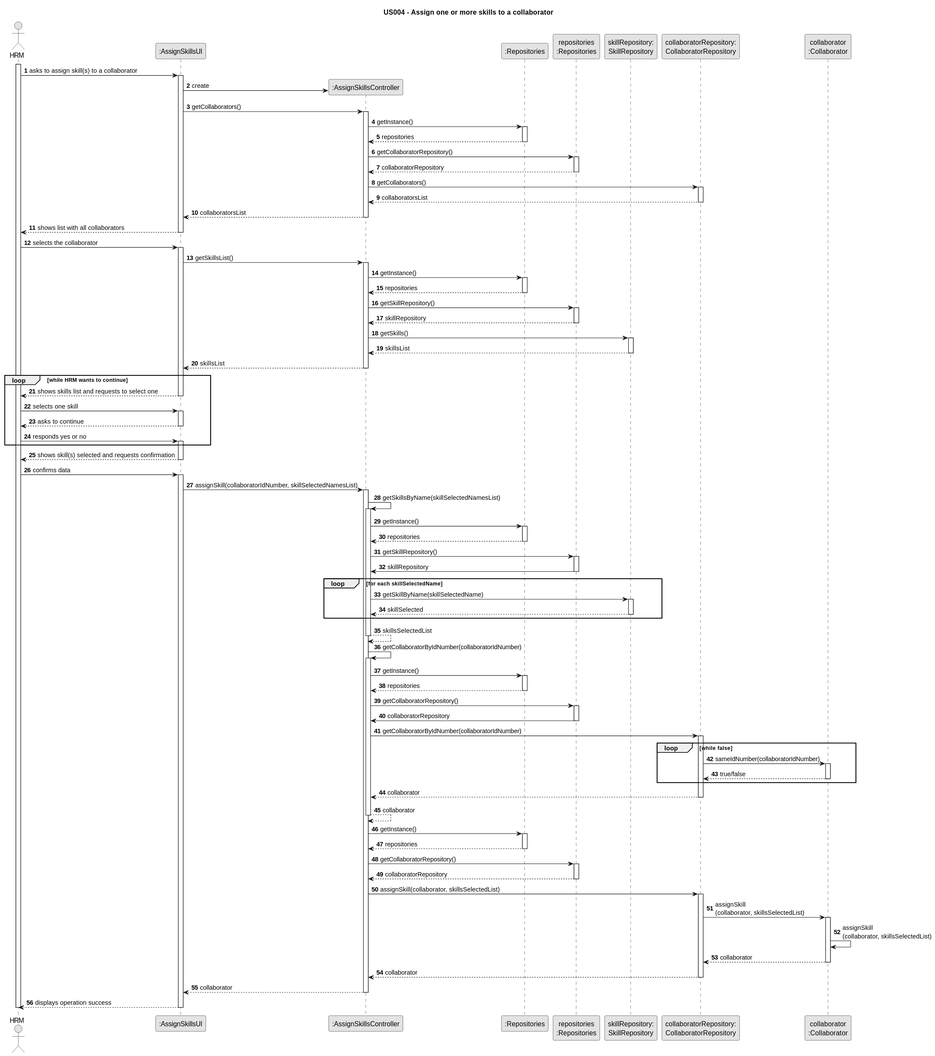
Above: docs/sprintB/us004/03.design/svg/us004-sequence-diagram-full.svg in Departamento-de-Engenharia-Informatica/lei-24-s2-1dm-g132 (PlantUML), before the change.
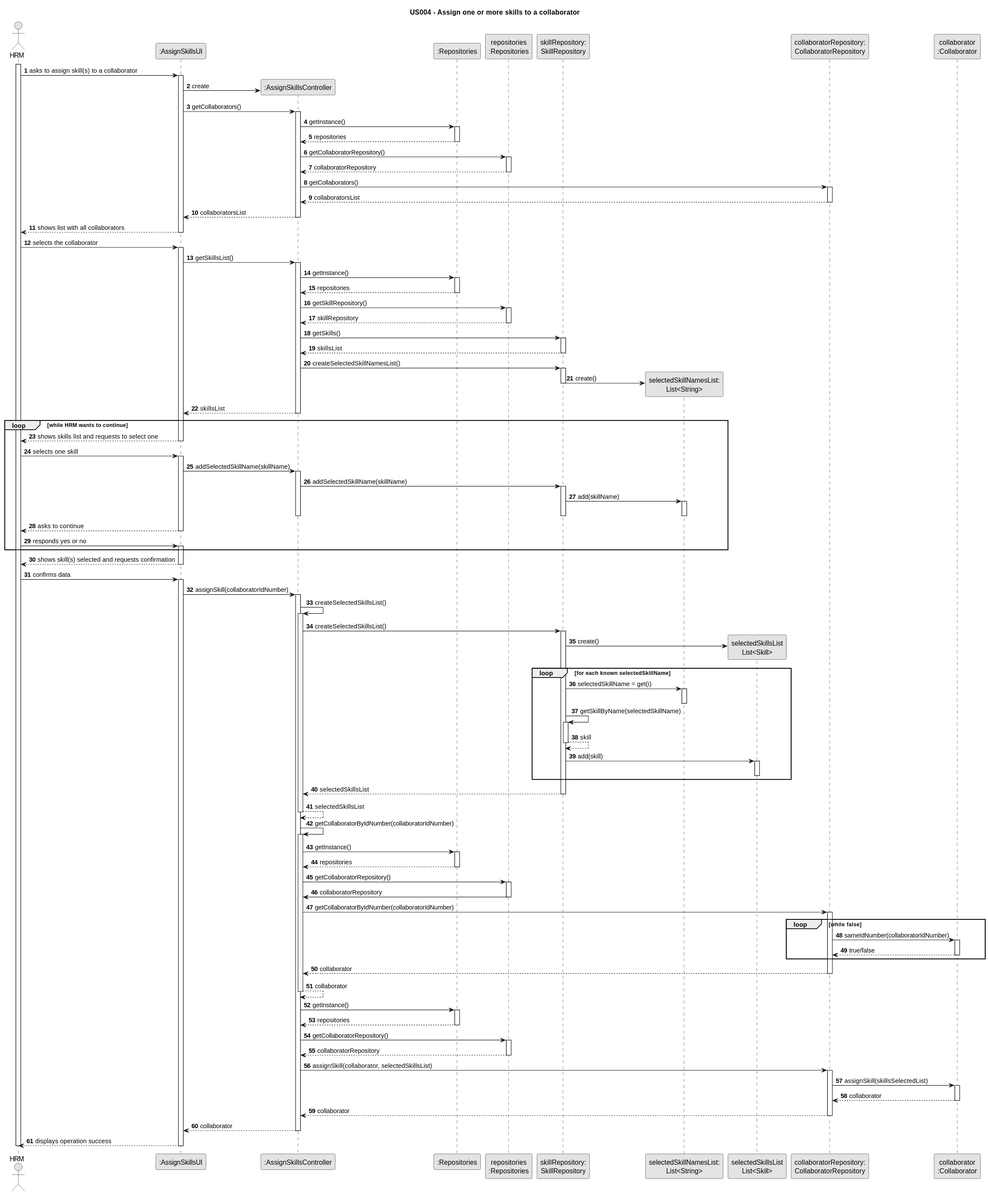
Above is the later version.

Commit message:
US004 full sequence diagram update

Change to the diagram source:
```diff
@@ -13,6 +13,8 @@
 participant ":Repositories" as RepositorySingleton
 participant "repositories\n:Repositories" as PLAT
 participant "skillRepository:\nSkillRepository" as SkillRepository
+participant "selectedSkillNamesList:\nList<String>" as selectedSkillNamesList
+participant "selectedSkillsList\nList<Skill>" as selectedSkillsList
 participant "collaboratorRepository:\nCollaboratorRepository" as CollaboratorRepository
 participant "collaborator\n:Collaborator" as Collaborator
 
@@ -74,6 +76,12 @@
             SkillRepository --> CTRL : skillsList
             deactivate SkillRepository
 
+            CTRL -> SkillRepository : createSelectedSkillNamesList()
+            activate SkillRepository
+
+                SkillRepository -> selectedSkillNamesList** : create()
+            deactivate SkillRepository
+
             CTRL --> UI : skillsList
         deactivate CTRL
 
@@ -83,6 +91,21 @@
 
     Employee -> UI : selects one skill
     activate UI
+
+    UI -> CTRL : addSelectedSkillName(skillName)
+    activate CTRL
+
+        CTRL -> SkillRepository: addSelectedSkillName(skillName)
+        activate SkillRepository
+
+            SkillRepository -> selectedSkillNamesList : add(skillName)
+                activate selectedSkillNamesList
+
+                deactivate selectedSkillNamesList
+
+            deactivate SkillRepository
+
+        deactivate CTRL
 
     UI --> Employee : asks to continue
 
@@ -99,34 +122,41 @@
     Employee -> UI : confirms data
     activate UI
 
-    UI -> CTRL : assignSkill(collaboratorIdNumber, skillSelectedNamesList)
+    UI -> CTRL : assignSkill(collaboratorIdNumber)
     activate CTRL
 
-    CTRL -> CTRL : getSkillsByName(skillSelectedNamesList)
+    CTRL -> CTRL : createSelectedSkillsList()
                 activate CTRL
 
-                    CTRL -> RepositorySingleton : getInstance()
-                    activate RepositorySingleton
+                CTRL -> SkillRepository : createSelectedSkillsList()
+                activate SkillRepository
 
-                        RepositorySingleton --> CTRL: repositories
-                    deactivate RepositorySingleton
+                    SkillRepository -> selectedSkillsList** : create()
 
-                    CTRL -> PLAT : getSkillRepository()
-                    activate PLAT
+                    loop for each known selectedSkillName
 
-                        PLAT -> CTRL : skillRepository
-                    deactivate PLAT
-            loop for each skillSelectedName
+                    SkillRepository -> selectedSkillNamesList : selectedSkillName = get(i)
+                    activate selectedSkillNamesList
 
-                    CTRL -> SkillRepository : getSkillByName(skillSelectedName)
+                    deactivate selectedSkillNamesList
+
+                    SkillRepository -> SkillRepository: getSkillByName(selectedSkillName)
                     activate SkillRepository
 
-                        SkillRepository --> CTRL : skillSelected
+                    SkillRepository --> SkillRepository: skill
                     deactivate SkillRepository
 
-            end loop
+                    SkillRepository -> selectedSkillsList : add(skill)
+                    activate selectedSkillsList
 
-                        CTRL --> CTRL : skillsSelectedList
+                    deactivate selectedSkillsList
+
+                    end loop
+
+                    SkillRepository --> CTRL : selectedSkillsList
+                    deactivate SkillRepository
+
+                        CTRL --> CTRL : selectedSkillsList
                 deactivate CTRL
 
         CTRL -> CTRL : getCollaboratorByIdNumber(collaboratorIdNumber)
@@ -174,13 +204,12 @@
                 PLAT --> CTRL: collaboratorRepository
                 deactivate PLAT
 
-                CTRL -> CollaboratorRepository : assignSkill(collaborator, skillsSelectedList)
+                CTRL -> CollaboratorRepository : assignSkill(collaborator, selectedSkillsList)
                 activate CollaboratorRepository
 
-                CollaboratorRepository -> Collaborator: assignSkill\n(collaborator, skillsSelectedList)
+                CollaboratorRepository -> Collaborator: assignSkill(skillsSelectedList)
                 activate Collaborator
 
-                Collaborator -> Collaborator : assignSkill\n(collaborator, skillsSelectedList)
                 Collaborator --> CollaboratorRepository : collaborator
                 deactivate Collaborator
 
```
